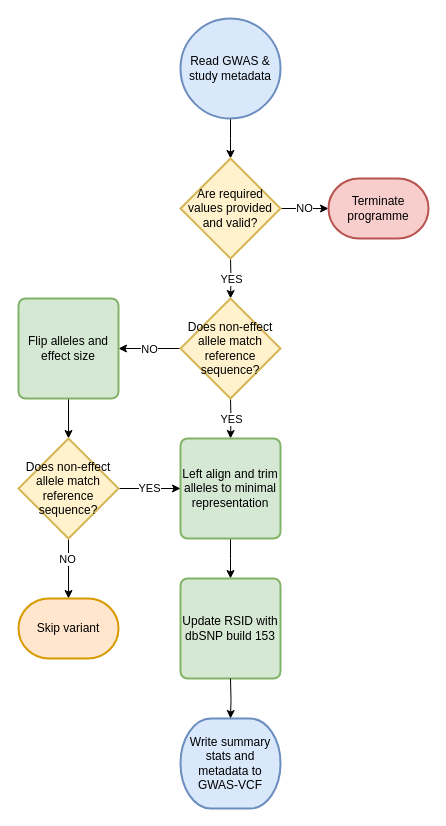
This is gwas2vcf.drawio from MRCIEU/gwas2vcf, a draw.io file, before an edit. Source tidied: cells renumbered, new cells numbered last; positions are measured from the earlier drawing's top-left corner, leaving out a move shared by most shapes. Both pictures are drawn from the tidied source at 100%, with x=0, y=0 at pixel (18, 18).
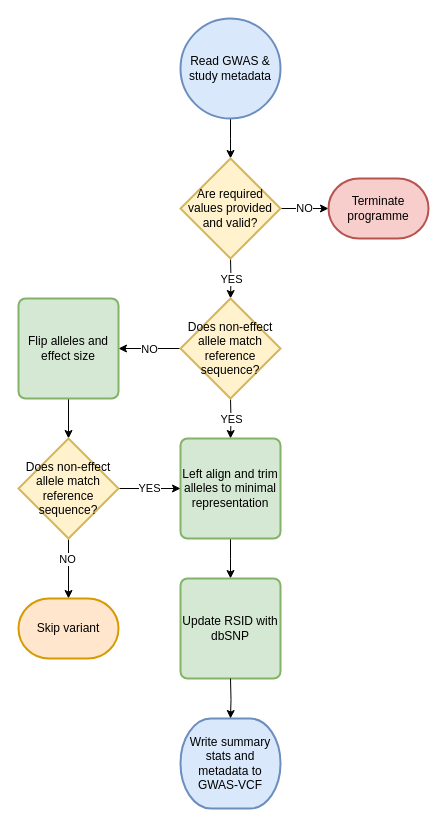
After the change.

What changed in the source:
```diff
@@
-    <mxCell id="8" value="Update RSID with dbSNP build 153" style="rounded=1;whiteSpace=wrap;html=1;absoluteArcSize=1;arcSize=14;strokeWidth=2;fillColor=#d5e8d4;strokeColor=#82b366;" parent="1" vertex="1">
+    <mxCell id="8" value="Update RSID with dbSNP" style="rounded=1;whiteSpace=wrap;html=1;absoluteArcSize=1;arcSize=14;strokeWidth=2;fillColor=#d5e8d4;strokeColor=#82b366;" parent="1" vertex="1">
       <mxGeometry x="162" y="560" width="100" height="100" as="geometry" />
     </mxCell>
```
